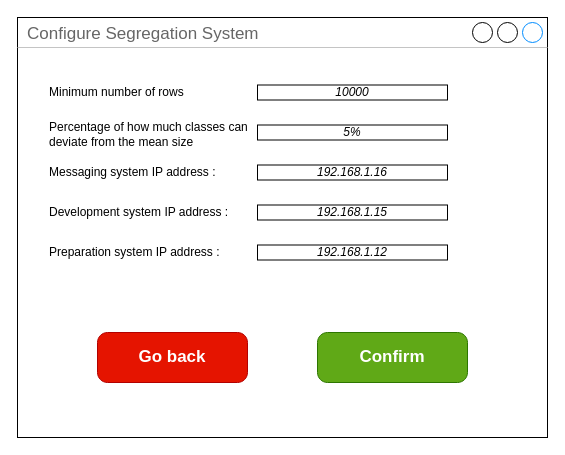
Before: configure/segregation system (FEDE)/segregation_system.drawio in BaffoBello14/AutomaticDamagesRecognition, a draw.io diagram. Source tidied: cells renumbered, new cells numbered last; positions are measured from the earlier drawing's top-left corner, leaving out a move shared by most shapes. Both pictures are drawn from the tidied source at 100%, with x=0, y=0 at pixel (17, 17).
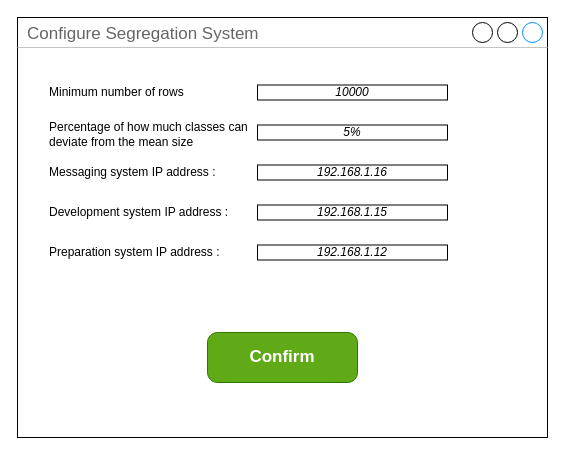
The same page after the edit.

Change to the diagram source:
```diff
@@
 <mxGraphModel>
   <root>
     <mxCell id="0" />
     <mxCell id="1" parent="0" />
     <mxCell id="2" value="Configure Segregation System" style="strokeWidth=1;shadow=0;dashed=0;align=center;html=1;shape=mxgraph.mockup.containers.window;align=left;verticalAlign=top;spacingLeft=8;strokeColor2=#008cff;strokeColor3=#c4c4c4;fontColor=#666666;mainText=;fontSize=17;labelBackgroundColor=none;whiteSpace=wrap;" parent="1" vertex="1">
       <mxGeometry width="530" height="420" as="geometry" />
     </mxCell>
     <mxCell id="3" value="Confirm" style="strokeWidth=1;shadow=0;dashed=0;align=center;html=1;shape=mxgraph.mockup.buttons.button;strokeColor=#2D7600;fontColor=#ffffff;mainText=;buttonStyle=round;fontSize=17;fontStyle=1;fillColor=#60a917;whiteSpace=wrap;" parent="1" vertex="1">
-      <mxGeometry x="300" y="315" width="150" height="50" as="geometry" />
+      <mxGeometry x="190" y="315" width="150" height="50" as="geometry" />
     </mxCell>
-    <mxCell id="4" value="Go back" style="strokeWidth=1;shadow=0;dashed=0;align=center;html=1;shape=mxgraph.mockup.buttons.button;strokeColor=#B20000;mainText=;buttonStyle=round;fontSize=17;fontStyle=1;fillColor=#e51400;whiteSpace=wrap;fontColor=#ffffff;" parent="1" vertex="1">
-      <mxGeometry x="80" y="315" width="150" height="50" as="geometry" />
-    </mxCell>
     <mxCell id="5" value="Minimum number of rows" style="text;html=1;strokeColor=none;fillColor=none;align=left;verticalAlign=middle;whiteSpace=wrap;rounded=0;" parent="1" vertex="1">
       <mxGeometry x="30" y="60" width="210" height="30" as="geometry" />
     </mxCell>
     <mxCell id="6" value="&lt;i&gt;&lt;font&gt;10000&lt;/font&gt;&lt;/i&gt;" style="rounded=0;whiteSpace=wrap;html=1;fontColor=#000000;" parent="1" vertex="1">
       <mxGeometry x="240" y="67.5" width="190" height="15" as="geometry" />
     </mxCell>
     <mxCell id="7" value="&lt;i&gt;&lt;font&gt;5%&lt;/font&gt;&lt;/i&gt;" style="rounded=0;whiteSpace=wrap;html=1;fontColor=#000000;" parent="1" vertex="1">
       <mxGeometry x="240" y="107.5" width="190" height="15" as="geometry" />
     </mxCell>
     <mxCell id="8" value="Messaging system IP address :" style="text;html=1;strokeColor=none;fillColor=none;align=left;verticalAlign=middle;whiteSpace=wrap;rounded=0;" parent="1" vertex="1">
       <mxGeometry x="30" y="140" width="210" height="30" as="geometry" />
     </mxCell>
     <mxCell id="9" value="&lt;i&gt;192.168.1.16&lt;/i&gt;" style="rounded=0;whiteSpace=wrap;html=1;fontColor=#000000;" parent="1" vertex="1">
       <mxGeometry x="240" y="147.5" width="190" height="15" as="geometry" />
     </mxCell>
     <mxCell id="10" value="Development system IP address :" style="text;html=1;strokeColor=none;fillColor=none;align=left;verticalAlign=middle;whiteSpace=wrap;rounded=0;" parent="1" vertex="1">
       <mxGeometry x="30" y="180" width="210" height="30" as="geometry" />
     </mxCell>
     <mxCell id="11" value="&lt;i style=&quot;border-color: var(--border-color);&quot;&gt;&lt;font style=&quot;border-color: var(--border-color);&quot;&gt;192.168.1.15&lt;/font&gt;&lt;/i&gt;" style="rounded=0;whiteSpace=wrap;html=1;fontColor=#000000;" parent="1" vertex="1">
       <mxGeometry x="240" y="187.5" width="190" height="15" as="geometry" />
     </mxCell>
     <mxCell id="12" value="Preparation system IP address :" style="text;html=1;strokeColor=none;fillColor=none;align=left;verticalAlign=middle;whiteSpace=wrap;rounded=0;" parent="1" vertex="1">
       <mxGeometry x="30" y="220" width="210" height="30" as="geometry" />
     </mxCell>
     <mxCell id="13" value="&lt;i style=&quot;border-color: var(--border-color);&quot;&gt;&lt;font style=&quot;border-color: var(--border-color);&quot;&gt;192.168.1.12&lt;/font&gt;&lt;/i&gt;" style="rounded=0;whiteSpace=wrap;html=1;fontColor=#000000;" parent="1" vertex="1">
       <mxGeometry x="240" y="227.5" width="190" height="15" as="geometry" />
     </mxCell>
     <mxCell id="14" value="Percentage of how much classes can&lt;br&gt;deviate from the mean size" style="text;html=1;strokeColor=none;fillColor=none;align=left;verticalAlign=middle;whiteSpace=wrap;rounded=0;" parent="1" vertex="1">
       <mxGeometry x="30" y="102" width="210" height="30" as="geometry" />
     </mxCell>
   </root>
 </mxGraphModel>
```
